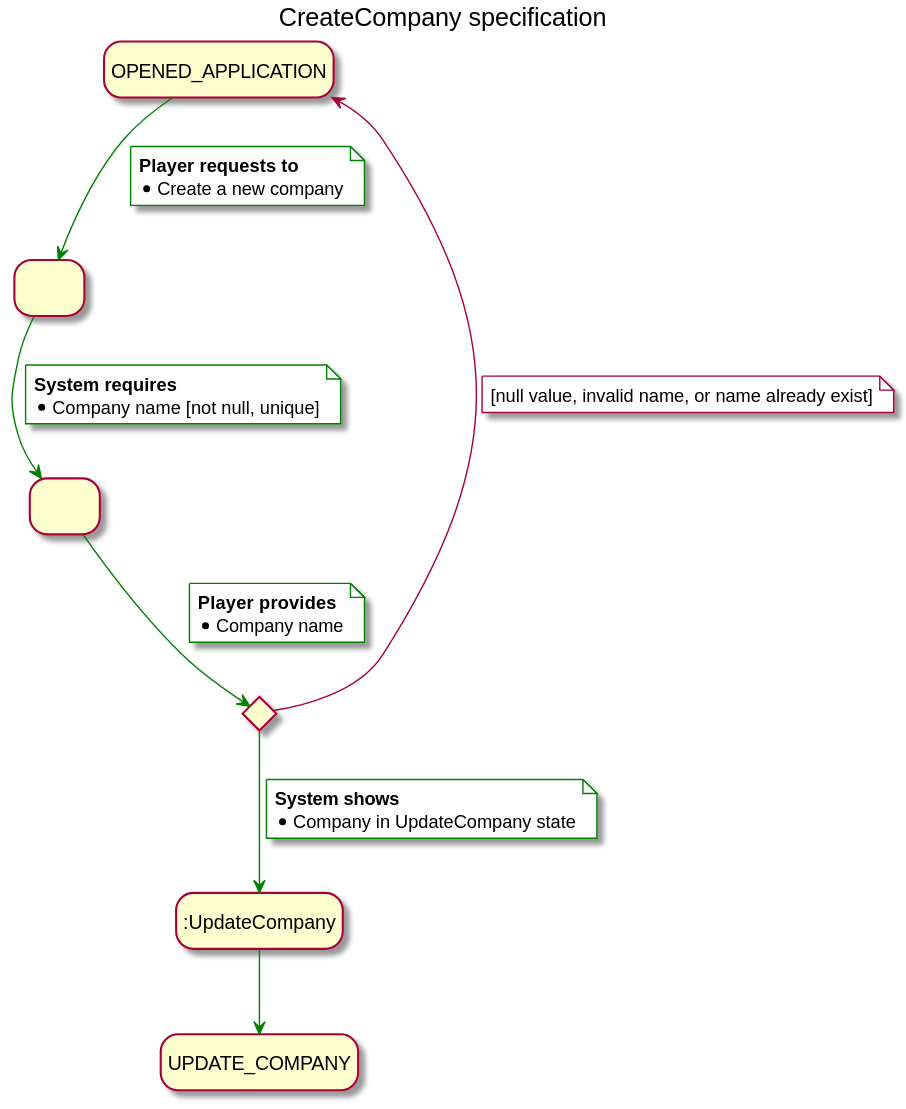
jumpering/pestmonitors keeps this PlantUML diagram as docs/src/useCaseView/specification/createCompany.svg. Above is the earlier version. Source of this version:
```plantuml
@startuml
title CreateCompany specification
skinparam NoteBackgroundColor white
hide empty description

state creatingCompany as " "
state creatingCompany2 as " "
state CompanyCreated as ":UpdateCompany"
state invalidCompanyName <<choice>>


OPENED_APPLICATION -[#green]-> creatingCompany
note on link #white
  <b>Player requests to
  * Create a new company
end note

creatingCompany -[#green]-> creatingCompany2
note on link
  <b>System requires
  * Company name [not null, unique]
end note

creatingCompany2 -[#green]-> invalidCompanyName
note on link
  <b>Player provides
  * Company name
end note

invalidCompanyName -up-> OPENED_APPLICATION
note on link
  [null value, invalid name, or name already exist]
end note

invalidCompanyName -[#green]-> CompanyCreated
note on link
  <b>System shows
  * Company in UpdateCompany state
end note

CompanyCreated -[#green]-> UPDATE_COMPANY
@enduml
```
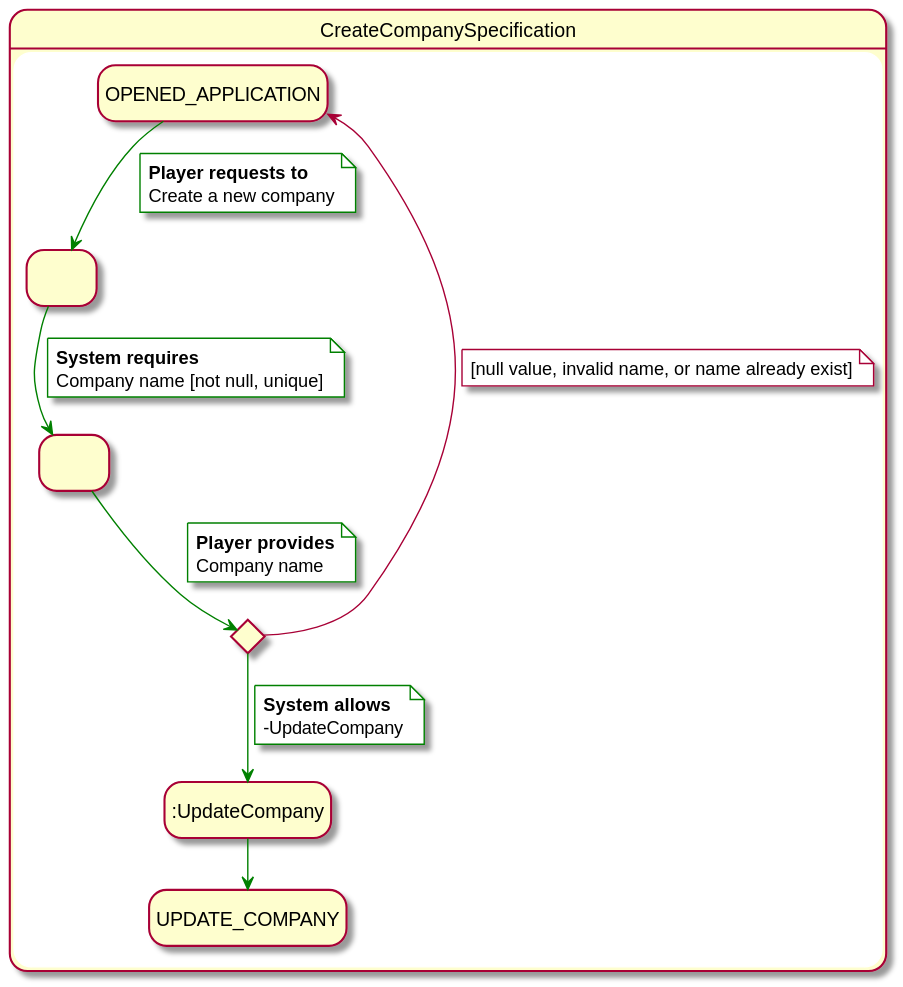
Later version of the same file.

Diff of the diagram source:
```diff
@@ -1,8 +1,8 @@
 @startuml
-title CreateCompany specification
 skinparam NoteBackgroundColor white
 hide empty description
 
+state CreateCompanySpecification{
 state creatingCompany as " "
 state creatingCompany2 as " "
 state CompanyCreated as ":UpdateCompany"
@@ -12,19 +12,19 @@
 OPENED_APPLICATION -[#green]-> creatingCompany
 note on link #white
   <b>Player requests to
-  * Create a new company
+  Create a new company
 end note
 
 creatingCompany -[#green]-> creatingCompany2
 note on link
   <b>System requires
-  * Company name [not null, unique]
+  Company name [not null, unique]
 end note
 
 creatingCompany2 -[#green]-> invalidCompanyName
 note on link
   <b>Player provides
-  * Company name
+  Company name
 end note
 
 invalidCompanyName -up-> OPENED_APPLICATION
@@ -34,9 +34,12 @@
 
 invalidCompanyName -[#green]-> CompanyCreated
 note on link
-  <b>System shows
-  * Company in UpdateCompany state
+  <b>System allows
+  -UpdateCompany
 end note
 
 CompanyCreated -[#green]-> UPDATE_COMPANY
+}
+
+
 @enduml
```
